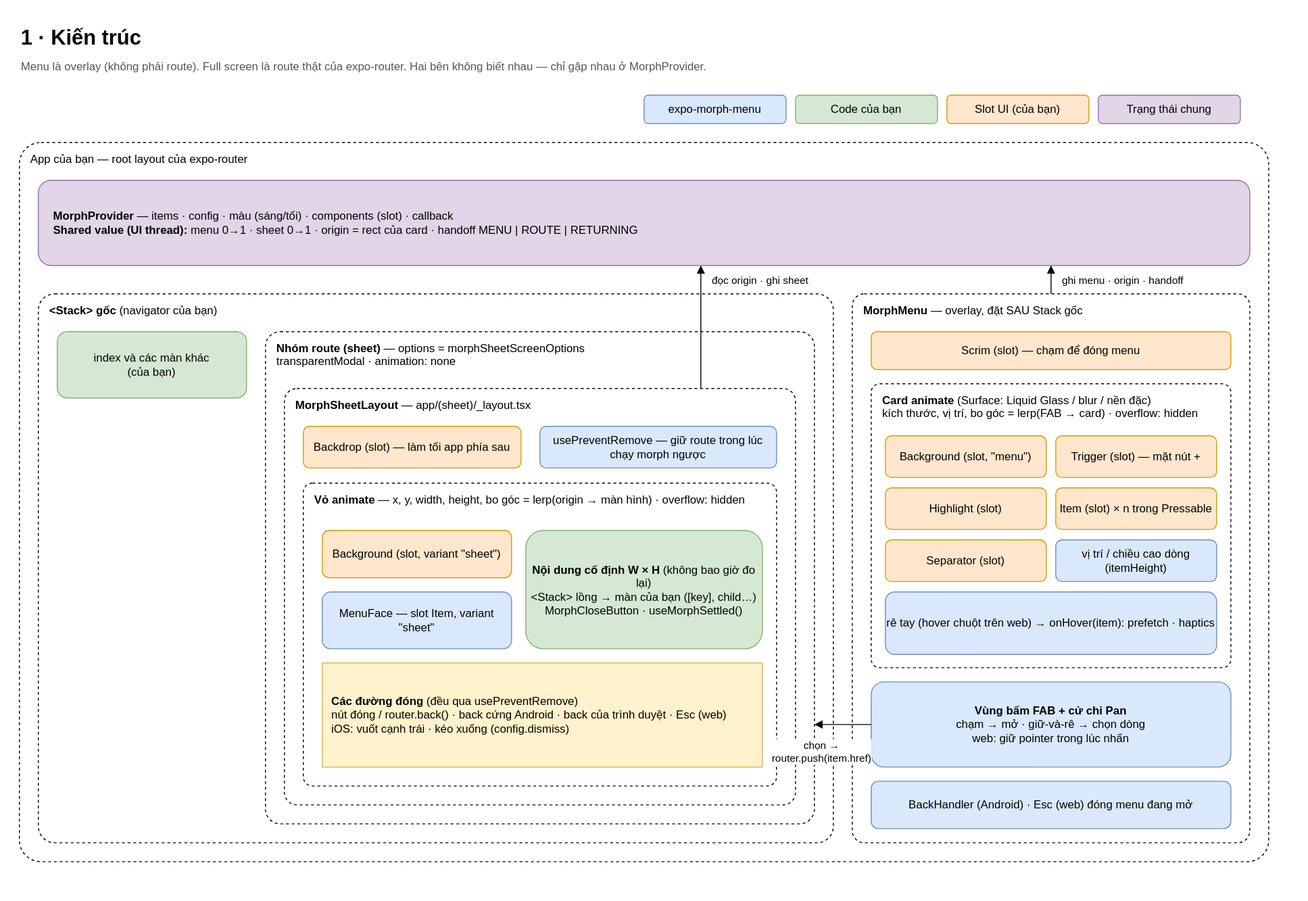
Earlier version of the draw.io export docs/diagrams/svg/vi/1-architecture.svg (anhtuank7c/expo-morph-menu). Source tidied: cells renumbered, new cells last; positions are measured from the earlier drawing's top-left corner, leaving out a move shared by most shapes.
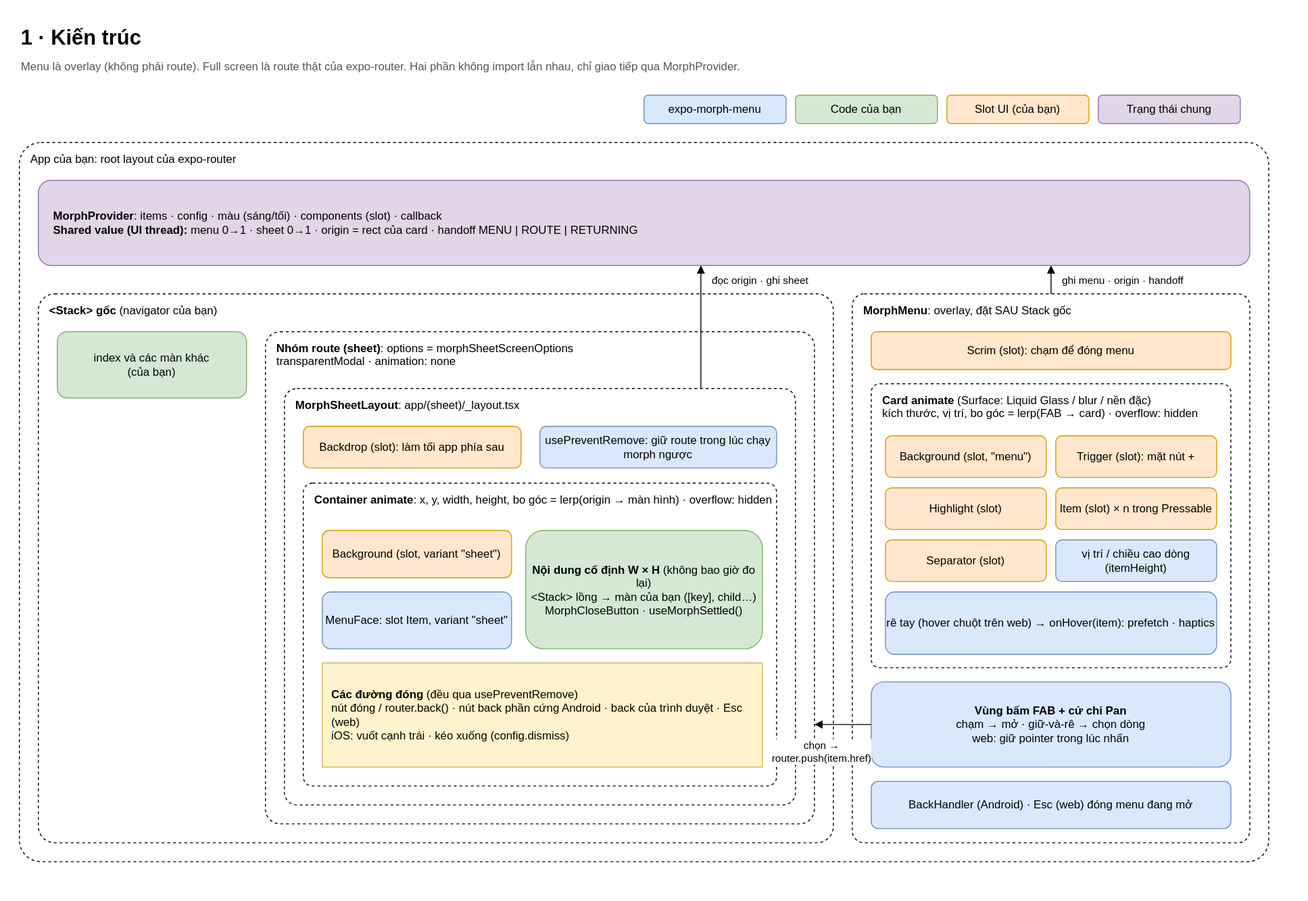
The same file after the commit.

Change to the diagram source:
```diff
@@ -5,7 +5,7 @@
     <mxCell id="2" value="1 · Kiến trúc" style="text;html=1;fontSize=22;fontStyle=1;align=left;verticalAlign=top;" parent="1" vertex="1">
       <mxGeometry width="900" height="34" as="geometry" />
     </mxCell>
-    <mxCell id="3" value="Menu là overlay (không phải route). Full screen là route thật của expo-router. Hai bên không biết nhau — chỉ gặp nhau ở MorphProvider." style="text;html=1;fontSize=12;fontColor=#555555;align=left;verticalAlign=top;whiteSpace=wrap;" parent="1" vertex="1">
+    <mxCell id="3" value="Menu là overlay (không phải route). Full screen là route thật của expo-router. Hai phần không import lẫn nhau, chỉ giao tiếp qua MorphProvider." style="text;html=1;fontSize=12;fontColor=#555555;align=left;verticalAlign=top;whiteSpace=wrap;" parent="1" vertex="1">
       <mxGeometry y="36" width="1000" height="40" as="geometry" />
     </mxCell>
     <mxCell id="4" value="expo-morph-menu" style="rounded=1;whiteSpace=wrap;html=1;fillColor=#dae8fc;strokeColor=#6c8ebf;" parent="1" vertex="1">
@@ -20,10 +20,10 @@
     <mxCell id="7" value="Trạng thái chung" style="rounded=1;whiteSpace=wrap;html=1;fillColor=#e1d5e7;strokeColor=#9673a6;" parent="1" vertex="1">
       <mxGeometry x="1140" y="80" width="150" height="30" as="geometry" />
     </mxCell>
-    <mxCell id="8" value="App của bạn — root layout của expo-router" style="rounded=1;whiteSpace=wrap;html=1;fillColor=none;dashed=1;verticalAlign=top;align=left;spacingLeft=10;spacingTop=4;arcSize=3;" parent="1" vertex="1">
+    <mxCell id="8" value="App của bạn: root layout của expo-router" style="rounded=1;whiteSpace=wrap;html=1;fillColor=none;dashed=1;verticalAlign=top;align=left;spacingLeft=10;spacingTop=4;arcSize=3;" parent="1" vertex="1">
       <mxGeometry y="130" width="1320" height="760" as="geometry" />
     </mxCell>
-    <mxCell id="9" value="&lt;b&gt;MorphProvider&lt;/b&gt; — items · config · màu (sáng/tối) · components (slot) · callback&lt;br&gt;&lt;b&gt;Shared value (UI thread):&lt;/b&gt; menu 0→1 · sheet 0→1 · origin = rect của card · handoff MENU | ROUTE | RETURNING" style="rounded=1;whiteSpace=wrap;html=1;fillColor=#e1d5e7;strokeColor=#9673a6;align=left;spacingLeft=14;" parent="1" vertex="1">
+    <mxCell id="9" value="&lt;b&gt;MorphProvider&lt;/b&gt;: items · config · màu (sáng/tối) · components (slot) · callback&lt;br&gt;&lt;b&gt;Shared value (UI thread):&lt;/b&gt; menu 0→1 · sheet 0→1 · origin = rect của card · handoff MENU | ROUTE | RETURNING" style="rounded=1;whiteSpace=wrap;html=1;fillColor=#e1d5e7;strokeColor=#9673a6;align=left;spacingLeft=14;" parent="1" vertex="1">
       <mxGeometry x="20" y="170" width="1280" height="90" as="geometry" />
     </mxCell>
     <mxCell id="10" value="&lt;b&gt;&amp;lt;Stack&amp;gt; gốc&lt;/b&gt; (navigator của bạn)" style="rounded=1;whiteSpace=wrap;html=1;fillColor=none;dashed=1;verticalAlign=top;align=left;spacingLeft=10;spacingTop=4;arcSize=3;" parent="1" vertex="1">
@@ -32,37 +32,37 @@
     <mxCell id="11" value="index và các màn khác&lt;br&gt;(của bạn)" style="rounded=1;whiteSpace=wrap;html=1;fillColor=#d5e8d4;strokeColor=#82b366;" parent="1" vertex="1">
       <mxGeometry x="40" y="330" width="200" height="70" as="geometry" />
     </mxCell>
-    <mxCell id="12" value="&lt;b&gt;Nhóm route (sheet)&lt;/b&gt; — options = morphSheetScreenOptions&lt;br&gt;transparentModal · animation: none" style="rounded=1;whiteSpace=wrap;html=1;fillColor=none;dashed=1;verticalAlign=top;align=left;spacingLeft=10;spacingTop=4;arcSize=3;" parent="1" vertex="1">
+    <mxCell id="12" value="&lt;b&gt;Nhóm route (sheet)&lt;/b&gt;: options = morphSheetScreenOptions&lt;br&gt;transparentModal · animation: none" style="rounded=1;whiteSpace=wrap;html=1;fillColor=none;dashed=1;verticalAlign=top;align=left;spacingLeft=10;spacingTop=4;arcSize=3;" parent="1" vertex="1">
       <mxGeometry x="260" y="330" width="580" height="520" as="geometry" />
     </mxCell>
-    <mxCell id="13" value="&lt;b&gt;MorphSheetLayout&lt;/b&gt; — app/(sheet)/_layout.tsx" style="rounded=1;whiteSpace=wrap;html=1;fillColor=none;dashed=1;verticalAlign=top;align=left;spacingLeft=10;spacingTop=4;arcSize=3;" parent="1" vertex="1">
+    <mxCell id="13" value="&lt;b&gt;MorphSheetLayout&lt;/b&gt;: app/(sheet)/_layout.tsx" style="rounded=1;whiteSpace=wrap;html=1;fillColor=none;dashed=1;verticalAlign=top;align=left;spacingLeft=10;spacingTop=4;arcSize=3;" parent="1" vertex="1">
       <mxGeometry x="280" y="390" width="540" height="440" as="geometry" />
     </mxCell>
-    <mxCell id="14" value="Backdrop (slot) — làm tối app phía sau" style="rounded=1;whiteSpace=wrap;html=1;fillColor=#ffe6cc;strokeColor=#d79b00;" parent="1" vertex="1">
+    <mxCell id="14" value="Backdrop (slot): làm tối app phía sau" style="rounded=1;whiteSpace=wrap;html=1;fillColor=#ffe6cc;strokeColor=#d79b00;" parent="1" vertex="1">
       <mxGeometry x="300" y="430" width="230" height="44" as="geometry" />
     </mxCell>
-    <mxCell id="15" value="usePreventRemove — giữ route trong lúc chạy morph ngược" style="rounded=1;whiteSpace=wrap;html=1;fillColor=#dae8fc;strokeColor=#6c8ebf;" parent="1" vertex="1">
+    <mxCell id="15" value="usePreventRemove: giữ route trong lúc chạy morph ngược" style="rounded=1;whiteSpace=wrap;html=1;fillColor=#dae8fc;strokeColor=#6c8ebf;" parent="1" vertex="1">
       <mxGeometry x="550" y="430" width="250" height="44" as="geometry" />
     </mxCell>
-    <mxCell id="16" value="&lt;b&gt;Vỏ animate&lt;/b&gt; — x, y, width, height, bo góc = lerp(origin → màn hình) · overflow: hidden" style="rounded=1;whiteSpace=wrap;html=1;fillColor=none;dashed=1;verticalAlign=top;align=left;spacingLeft=10;spacingTop=4;arcSize=3;" parent="1" vertex="1">
+    <mxCell id="16" value="&lt;b&gt;Container animate&lt;/b&gt;: x, y, width, height, bo góc = lerp(origin → màn hình) · overflow: hidden" style="rounded=1;whiteSpace=wrap;html=1;fillColor=none;dashed=1;verticalAlign=top;align=left;spacingLeft=10;spacingTop=4;arcSize=3;" parent="1" vertex="1">
       <mxGeometry x="300" y="490" width="500" height="320" as="geometry" />
     </mxCell>
     <mxCell id="17" value="Background (slot, variant &quot;sheet&quot;)" style="rounded=1;whiteSpace=wrap;html=1;fillColor=#ffe6cc;strokeColor=#d79b00;" parent="1" vertex="1">
       <mxGeometry x="320" y="540" width="200" height="50" as="geometry" />
     </mxCell>
-    <mxCell id="18" value="MenuFace — slot Item, variant &quot;sheet&quot;" style="rounded=1;whiteSpace=wrap;html=1;fillColor=#dae8fc;strokeColor=#6c8ebf;" parent="1" vertex="1">
+    <mxCell id="18" value="MenuFace: slot Item, variant &quot;sheet&quot;" style="rounded=1;whiteSpace=wrap;html=1;fillColor=#dae8fc;strokeColor=#6c8ebf;" parent="1" vertex="1">
       <mxGeometry x="320" y="605" width="200" height="60" as="geometry" />
     </mxCell>
     <mxCell id="19" value="&lt;b&gt;Nội dung cố định W × H&lt;/b&gt; (không bao giờ đo lại)&lt;br&gt;&amp;lt;Stack&amp;gt; lồng → màn của bạn ([key], child…)&lt;br&gt;MorphCloseButton · useMorphSettled()" style="rounded=1;whiteSpace=wrap;html=1;fillColor=#d5e8d4;strokeColor=#82b366;" parent="1" vertex="1">
       <mxGeometry x="535" y="540" width="250" height="125" as="geometry" />
     </mxCell>
-    <mxCell id="20" value="&lt;b&gt;Các đường đóng&lt;/b&gt; (đều qua usePreventRemove)&lt;br&gt;nút đóng / router.back() · back cứng Android · back của trình duyệt · Esc (web)&lt;br&gt;iOS: vuốt cạnh trái · kéo xuống (config.dismiss)" style="rounded=0;whiteSpace=wrap;html=1;fillColor=#fff2cc;strokeColor=#d6b656;align=left;spacingLeft=8;spacingRight=8;" parent="1" vertex="1">
+    <mxCell id="20" value="&lt;b&gt;Các đường đóng&lt;/b&gt; (đều qua usePreventRemove)&lt;br&gt;nút đóng / router.back() · nút back phần cứng Android · back của trình duyệt · Esc (web)&lt;br&gt;iOS: vuốt cạnh trái · kéo xuống (config.dismiss)" style="rounded=0;whiteSpace=wrap;html=1;fillColor=#fff2cc;strokeColor=#d6b656;align=left;spacingLeft=8;spacingRight=8;" parent="1" vertex="1">
       <mxGeometry x="320" y="680" width="465" height="110" as="geometry" />
     </mxCell>
-    <mxCell id="21" value="&lt;b&gt;MorphMenu&lt;/b&gt; — overlay, đặt SAU Stack gốc" style="rounded=1;whiteSpace=wrap;html=1;fillColor=none;dashed=1;verticalAlign=top;align=left;spacingLeft=10;spacingTop=4;arcSize=3;" parent="1" vertex="1">
+    <mxCell id="21" value="&lt;b&gt;MorphMenu&lt;/b&gt;: overlay, đặt SAU Stack gốc" style="rounded=1;whiteSpace=wrap;html=1;fillColor=none;dashed=1;verticalAlign=top;align=left;spacingLeft=10;spacingTop=4;arcSize=3;" parent="1" vertex="1">
       <mxGeometry x="880" y="290" width="420" height="580" as="geometry" />
     </mxCell>
-    <mxCell id="22" value="Scrim (slot) — chạm để đóng menu" style="rounded=1;whiteSpace=wrap;html=1;fillColor=#ffe6cc;strokeColor=#d79b00;" parent="1" vertex="1">
+    <mxCell id="22" value="Scrim (slot): chạm để đóng menu" style="rounded=1;whiteSpace=wrap;html=1;fillColor=#ffe6cc;strokeColor=#d79b00;" parent="1" vertex="1">
       <mxGeometry x="900" y="330" width="380" height="40" as="geometry" />
     </mxCell>
     <mxCell id="23" value="&lt;b&gt;Card animate&lt;/b&gt; (Surface: Liquid Glass / blur / nền đặc)&lt;br&gt;kích thước, vị trí, bo góc = lerp(FAB → card) · overflow: hidden" style="rounded=1;whiteSpace=wrap;html=1;fillColor=none;dashed=1;verticalAlign=top;align=left;spacingLeft=10;spacingTop=4;arcSize=3;" parent="1" vertex="1">
@@ -71,7 +71,7 @@
     <mxCell id="24" value="Background (slot, &quot;menu&quot;)" style="rounded=1;whiteSpace=wrap;html=1;fillColor=#ffe6cc;strokeColor=#d79b00;" parent="1" vertex="1">
       <mxGeometry x="915" y="440" width="170" height="44" as="geometry" />
     </mxCell>
-    <mxCell id="25" value="Trigger (slot) — mặt nút +" style="rounded=1;whiteSpace=wrap;html=1;fillColor=#ffe6cc;strokeColor=#d79b00;" parent="1" vertex="1">
+    <mxCell id="25" value="Trigger (slot): mặt nút +" style="rounded=1;whiteSpace=wrap;html=1;fillColor=#ffe6cc;strokeColor=#d79b00;" parent="1" vertex="1">
       <mxGeometry x="1095" y="440" width="170" height="44" as="geometry" />
     </mxCell>
     <mxCell id="26" value="Highlight (slot)" style="rounded=1;whiteSpace=wrap;html=1;fillColor=#ffe6cc;strokeColor=#d79b00;" parent="1" vertex="1">
```
